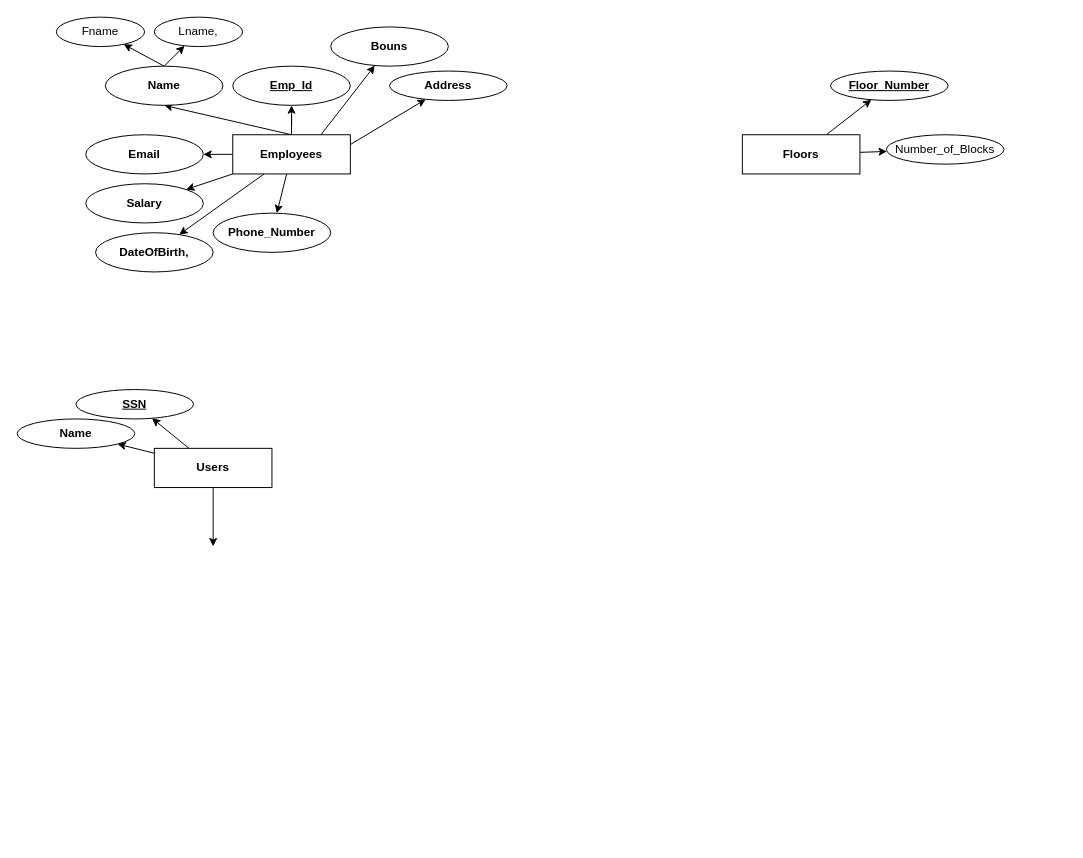
The draw.io diagram Route Exam 01.drawio in Al-Bashir/drow.io, before the edit. Source tidied: cells renumbered, new cells numbered last; positions are measured from the earlier drawing's top-left corner, leaving out a move shared by most shapes. Both pictures are drawn from the tidied source at 98%, with x=0, y=0 at pixel (17, 17).
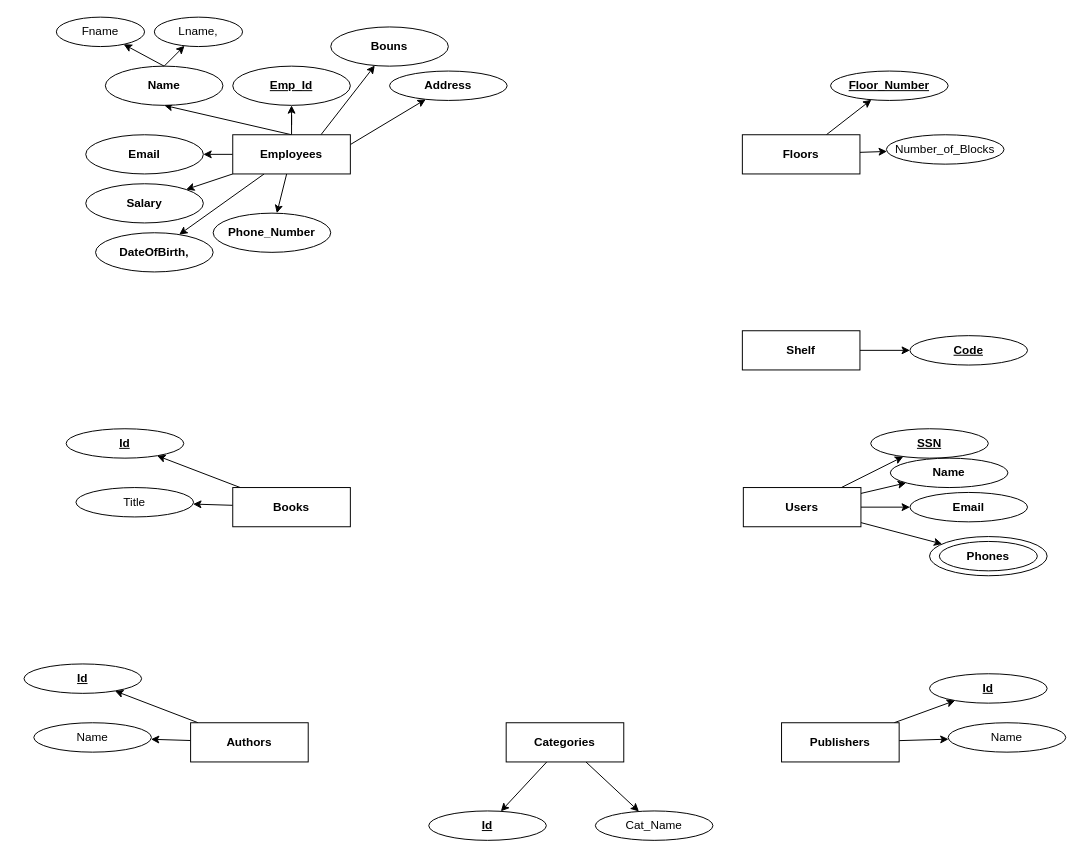
Above is the later version.

Change to the diagram source:
```diff
@@
-    <mxCell id="30" style="rounded=0;jettySize=auto;html=1;" parent="1" edge="1" source="31">
-      <mxGeometry relative="1" as="geometry">
-        <mxPoint x="200" y="540" as="targetPoint" />
-      </mxGeometry>
+    <mxCell id="30" style="rounded=0;jettySize=auto;html=1;" parent="1" edge="1" source="31" target="35">
+      <mxGeometry relative="1" as="geometry" />
     </mxCell>
+    <mxCell id="34" style="rounded=0;jettySize=auto;html=1;" parent="1" edge="1" source="31" target="37">
+      <mxGeometry relative="1" as="geometry" />
+    </mxCell>
     <mxCell id="31" value="&lt;b&gt;Users&lt;/b&gt;" style="rounded=0;whiteSpace=wrap;html=1;" parent="1" vertex="1">
-      <mxGeometry x="140" y="440" width="120" height="40" as="geometry" />
+      <mxGeometry x="741" y="480" width="120" height="40" as="geometry" />
     </mxCell>
     <mxCell id="32" value="&lt;b&gt;&lt;u&gt;SSN&lt;/u&gt;&lt;/b&gt;" style="ellipse;whiteSpace=wrap;html=1;" parent="1" vertex="1">
-      <mxGeometry x="60" y="380" width="120" height="30" as="geometry" />
+      <mxGeometry x="871" y="420" width="120" height="30" as="geometry" />
     </mxCell>
     <mxCell id="33" value="&lt;b&gt;Name&lt;/b&gt;" style="ellipse;whiteSpace=wrap;html=1;" parent="1" vertex="1">
-      <mxGeometry y="410" width="120" height="30" as="geometry" />
+      <mxGeometry x="891" y="450" width="120" height="30" as="geometry" />
     </mxCell>
+    <mxCell id="35" value="&lt;b&gt;Email&lt;/b&gt;" style="ellipse;whiteSpace=wrap;html=1;" parent="1" vertex="1">
+      <mxGeometry x="911" y="485" width="120" height="30" as="geometry" />
+    </mxCell>
+    <mxCell id="36" style="group;fontStyle=1;" parent="1" vertex="1">
+      <mxGeometry x="931" y="530" width="120" height="40" as="geometry" />
+    </mxCell>
+    <mxCell id="37" style="ellipse;whiteSpace=wrap;html=1;" parent="36" vertex="1">
+      <mxGeometry width="120" height="40" as="geometry" />
+    </mxCell>
+    <mxCell id="38" value="&lt;b&gt;Phones&lt;/b&gt;" style="ellipse;whiteSpace=wrap;html=1;" parent="36" vertex="1">
+      <mxGeometry x="10" y="5" width="100" height="30" as="geometry" />
+    </mxCell>
+    <mxCell id="39" style="rounded=0;jettySize=auto;html=1;" parent="1" edge="1" source="41" target="42">
+      <mxGeometry relative="1" as="geometry" />
+    </mxCell>
+    <mxCell id="40" style="rounded=0;jettySize=auto;html=1;" parent="1" edge="1" source="41" target="43">
+      <mxGeometry relative="1" as="geometry" />
+    </mxCell>
+    <mxCell id="41" value="&lt;b&gt;Books&lt;/b&gt;" style="rounded=0;whiteSpace=wrap;html=1;" parent="1" vertex="1">
+      <mxGeometry x="220" y="480" width="120" height="40" as="geometry" />
+    </mxCell>
+    <mxCell id="42" value="&lt;b&gt;&lt;u&gt;Id&lt;/u&gt;&lt;/b&gt;" style="ellipse;whiteSpace=wrap;html=1;" parent="1" vertex="1">
+      <mxGeometry x="50" y="420" width="120" height="30" as="geometry" />
+    </mxCell>
+    <mxCell id="43" value="Title" style="ellipse;whiteSpace=wrap;html=1;" parent="1" vertex="1">
+      <mxGeometry x="60" y="480" width="120" height="30" as="geometry" />
+    </mxCell>
+    <mxCell id="44" style="rounded=0;jettySize=auto;html=1;" parent="1" edge="1" source="46" target="47">
+      <mxGeometry relative="1" as="geometry" />
+    </mxCell>
+    <mxCell id="45" style="rounded=0;jettySize=auto;html=1;" parent="1" edge="1" source="46" target="48">
+      <mxGeometry relative="1" as="geometry" />
+    </mxCell>
+    <mxCell id="46" value="&lt;b&gt;Authors&lt;/b&gt;" style="rounded=0;whiteSpace=wrap;html=1;" parent="1" vertex="1">
+      <mxGeometry x="177" y="720" width="120" height="40" as="geometry" />
+    </mxCell>
+    <mxCell id="47" value="&lt;b&gt;&lt;u&gt;Id&lt;/u&gt;&lt;/b&gt;" style="ellipse;whiteSpace=wrap;html=1;" parent="1" vertex="1">
+      <mxGeometry x="7" y="660" width="120" height="30" as="geometry" />
+    </mxCell>
+    <mxCell id="48" value="Name" style="ellipse;whiteSpace=wrap;html=1;" parent="1" vertex="1">
+      <mxGeometry x="17" y="720" width="120" height="30" as="geometry" />
+    </mxCell>
+    <mxCell id="49" style="rounded=0;jettySize=auto;html=1;" parent="1" edge="1" source="51" target="52">
+      <mxGeometry relative="1" as="geometry" />
+    </mxCell>
+    <mxCell id="50" style="rounded=0;jettySize=auto;html=1;" parent="1" edge="1" source="51" target="53">
+      <mxGeometry relative="1" as="geometry" />
+    </mxCell>
+    <mxCell id="51" value="&lt;b&gt;Publishers&lt;/b&gt;" style="rounded=0;whiteSpace=wrap;html=1;" parent="1" vertex="1">
+      <mxGeometry x="780" y="720" width="120" height="40" as="geometry" />
+    </mxCell>
+    <mxCell id="52" value="&lt;b&gt;&lt;u&gt;Id&lt;/u&gt;&lt;/b&gt;" style="ellipse;whiteSpace=wrap;html=1;" parent="1" vertex="1">
+      <mxGeometry x="931" y="670" width="120" height="30" as="geometry" />
+    </mxCell>
+    <mxCell id="53" value="Name" style="ellipse;whiteSpace=wrap;html=1;" parent="1" vertex="1">
+      <mxGeometry x="950" y="720" width="120" height="30" as="geometry" />
+    </mxCell>
+    <mxCell id="54" style="rounded=0;jettySize=auto;html=1;" parent="1" edge="1" source="56" target="57">
+      <mxGeometry relative="1" as="geometry" />
+    </mxCell>
+    <mxCell id="55" style="rounded=0;jettySize=auto;html=1;" parent="1" edge="1" source="56" target="58">
+      <mxGeometry relative="1" as="geometry" />
+    </mxCell>
+    <mxCell id="56" value="&lt;b&gt;Categories&lt;/b&gt;" style="rounded=0;whiteSpace=wrap;html=1;" parent="1" vertex="1">
+      <mxGeometry x="499" y="720" width="120" height="40" as="geometry" />
+    </mxCell>
+    <mxCell id="57" value="&lt;b&gt;&lt;u&gt;Id&lt;/u&gt;&lt;/b&gt;" style="ellipse;whiteSpace=wrap;html=1;" parent="1" vertex="1">
+      <mxGeometry x="420" y="810" width="120" height="30" as="geometry" />
+    </mxCell>
+    <mxCell id="58" value="Cat_Name" style="ellipse;whiteSpace=wrap;html=1;" parent="1" vertex="1">
+      <mxGeometry x="590" y="810" width="120" height="30" as="geometry" />
+    </mxCell>
+    <mxCell id="59" style="rounded=0;jettySize=auto;html=1;" parent="1" edge="1" source="60" target="61">
+      <mxGeometry relative="1" as="geometry" />
+    </mxCell>
+    <mxCell id="60" value="&lt;b&gt;Shelf&lt;/b&gt;" style="rounded=0;whiteSpace=wrap;html=1;" parent="1" vertex="1">
+      <mxGeometry x="740" y="320" width="120" height="40" as="geometry" />
+    </mxCell>
+    <mxCell id="61" value="&lt;b&gt;&lt;u&gt;Code&lt;/u&gt;&lt;/b&gt;" style="ellipse;whiteSpace=wrap;html=1;" parent="1" vertex="1">
+      <mxGeometry x="911" y="325" width="120" height="30" as="geometry" />
+    </mxCell>
```
